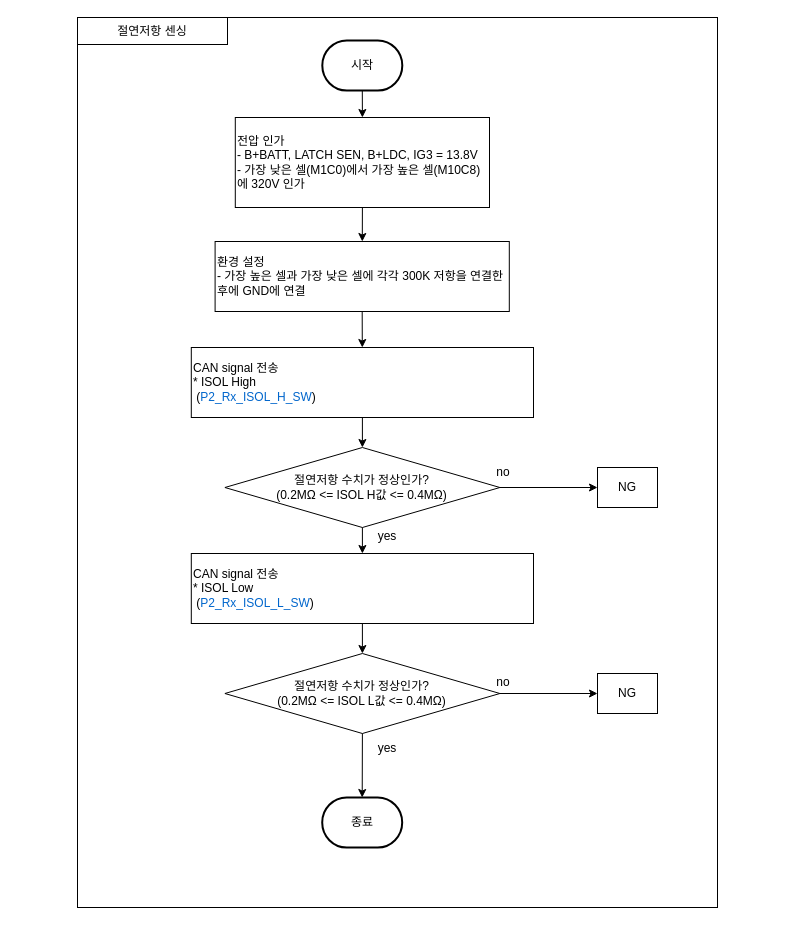
Above: 절연저항 센싱.drawio in chaeyoonl/state-transition-diagram-test (draw.io), before the change. Source tidied: cells renumbered, new cells numbered last; positions are measured from the earlier drawing's top-left corner, leaving out a move shared by most shapes. Both pictures are drawn from the tidied source at 100%, with x=0, y=0 at pixel (77, 17).
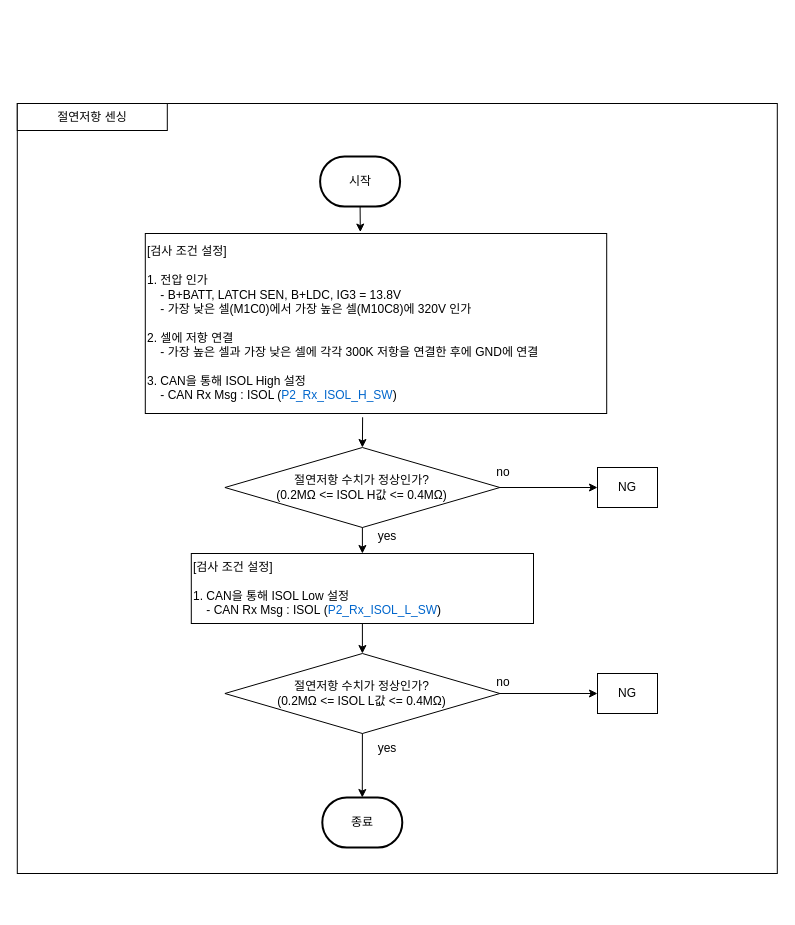
After the change.

Commit message:
절연저항 센싱.drawio 업데이트

The change refers to these unchanged cells:
```xml
<mxCell id="10" value="절연저항 수치가 정상인가?&lt;br&gt;(0.2MΩ &amp;lt;= ISOL H값 &amp;lt;= 0.4MΩ)" style="rhombus;whiteSpace=wrap;html=1;" parent="1" vertex="1">
  <mxGeometry x="147.4" y="430" width="275" height="80" as="geometry" />
</mxCell>
```

The edit, as a diff of the source:
```diff
@@
     <mxCell id="2" style="rounded=0;whiteSpace=wrap;html=1;align=left;" parent="1" vertex="1">
-      <mxGeometry width="640" height="890" as="geometry" />
+      <mxGeometry x="-60.2" y="86" width="760" height="770" as="geometry" />
     </mxCell>
     <mxCell id="3" value="시작" style="strokeWidth=2;html=1;shape=mxgraph.flowchart.terminator;whiteSpace=wrap;" parent="1" vertex="1">
-      <mxGeometry x="244.8" y="23" width="80" height="50" as="geometry" />
+      <mxGeometry x="242.6" y="139" width="80" height="50" as="geometry" />
     </mxCell>
-    <mxCell id="4" value="전압 인가&lt;br&gt;- B+BATT, LATCH SEN, B+LDC, IG3 = 13.8V&lt;br&gt;- 가장 낮은 셀(M1C0)에서 가장 높은 셀(M10C8)에 320V 인가" style="rounded=0;whiteSpace=wrap;html=1;align=left;" parent="1" vertex="1">
-      <mxGeometry x="157.8" y="100" width="254.2" height="90" as="geometry" />
+    <mxCell id="4" value="[검사 조건 설정]&lt;br&gt;&lt;br&gt;1. 전압 인가&lt;br&gt;&amp;nbsp; &amp;nbsp; - B+BATT, LATCH SEN, B+LDC, IG3 = 13.8V&lt;br&gt;&amp;nbsp; &amp;nbsp; - 가장 낮은 셀(M1C0)에서 가장 높은 셀(M10C8)에 320V 인가&lt;br&gt;&lt;br&gt;2. 셀에 저항 연결&lt;br&gt;&amp;nbsp; &amp;nbsp; - 가장 높은 셀과 가장 낮은 셀에 각각 300K 저항을 연결한 후에 GND에 연결&lt;br&gt;&lt;br&gt;3. CAN을 통해 ISOL High 설정&lt;br style=&quot;border-color: var(--border-color);&quot;&gt;&amp;nbsp; &amp;nbsp; - CAN Rx Msg :&amp;nbsp;ISOL (&lt;font style=&quot;border-color: var(--border-color);&quot; color=&quot;#0066cc&quot;&gt;P2_Rx_ISOL_H_SW&lt;/font&gt;)" style="rounded=0;whiteSpace=wrap;html=1;align=left;" parent="1" vertex="1">
+      <mxGeometry x="67.8" y="216" width="461.4" height="180" as="geometry" />
     </mxCell>
-    <mxCell id="5" style="endArrow=classic;html=1;rounded=0;exitX=0.5;exitY=1;exitDx=0;exitDy=0;exitPerimeter=0;entryX=0.5;entryY=0;entryDx=0;entryDy=0;" parent="1" edge="1" source="3" target="4">
+    <mxCell id="5" style="endArrow=classic;html=1;rounded=0;exitX=0.5;exitY=1;exitDx=0;exitDy=0;exitPerimeter=0;entryX=0.466;entryY=-0.008;entryDx=0;entryDy=0;entryPerimeter=0;" parent="1" edge="1" source="3" target="4">
       <mxGeometry relative="1" as="geometry" />
     </mxCell>
-    <mxCell id="6" value="환경 설정&lt;br&gt;- 가장 높은 셀과 가장 낮은 셀에 각각 300K 저항을 연결한 후에 GND에 연결" style="rounded=0;whiteSpace=wrap;html=1;align=left;" parent="1" vertex="1">
-      <mxGeometry x="137.6" y="224" width="294.2" height="70" as="geometry" />
-    </mxCell>
-    <mxCell id="7" style="endArrow=classic;html=1;rounded=0;exitX=0.5;exitY=1;exitDx=0;exitDy=0;" parent="1" edge="1" source="4" target="6">
-      <mxGeometry relative="1" as="geometry" />
-    </mxCell>
-    <mxCell id="8" value="CAN&amp;nbsp;signal 전송&lt;br&gt;* ISOL High&lt;br&gt;&amp;nbsp;(&lt;font color=&quot;#0066cc&quot;&gt;P2_Rx_ISOL_H_SW&lt;/font&gt;)" style="rounded=0;whiteSpace=wrap;html=1;align=left;" parent="1" vertex="1">
-      <mxGeometry x="113.8" y="330" width="342.2" height="70" as="geometry" />
-    </mxCell>
-    <mxCell id="9" style="endArrow=classic;html=1;rounded=0;exitX=0.5;exitY=1;exitDx=0;exitDy=0;" parent="1" edge="1" source="6" target="8">
-      <mxGeometry relative="1" as="geometry" />
-    </mxCell>
@@
-    <mxCell id="11" value="CAN signal 전송&lt;br&gt;* ISOL Low&lt;br style=&quot;border-color: var(--border-color);&quot;&gt;&amp;nbsp;(&lt;font color=&quot;#0066cc&quot;&gt;P2_Rx_ISOL_L_SW&lt;/font&gt;)" style="rounded=0;whiteSpace=wrap;html=1;align=left;" parent="1" vertex="1">
+    <mxCell id="11" value="[검사 조건 설정]&lt;br&gt;&lt;br&gt;1. CAN을 통해 ISOL Low 설정&lt;br&gt;&amp;nbsp; &amp;nbsp; - CAN Rx Msg :&amp;nbsp;ISOL&amp;nbsp;(&lt;font color=&quot;#0066cc&quot;&gt;P2_Rx_ISOL_L_SW&lt;/font&gt;)" style="rounded=0;whiteSpace=wrap;html=1;align=left;" parent="1" vertex="1">
       <mxGeometry x="113.8" y="536" width="342.2" height="70" as="geometry" />
     </mxCell>
@@
-    <mxCell id="13" style="endArrow=classic;html=1;rounded=0;exitX=0.5;exitY=1;exitDx=0;exitDy=0;entryX=0.5;entryY=0;entryDx=0;entryDy=0;" parent="1" edge="1" source="8" target="10">
+    <mxCell id="13" style="endArrow=classic;html=1;rounded=0;exitX=0.471;exitY=1.021;exitDx=0;exitDy=0;entryX=0.5;entryY=0;entryDx=0;entryDy=0;exitPerimeter=0;" parent="1" edge="1" source="4" target="10">
       <mxGeometry relative="1" as="geometry" />
     </mxCell>
@@
     <mxCell id="16" value="yes" style="text;html=1;strokeColor=none;fillColor=none;align=center;verticalAlign=middle;whiteSpace=wrap;rounded=0;" parent="1" vertex="1">
-      <mxGeometry x="280" y="716" width="60" height="30" as="geometry" />
+      <mxGeometry x="280.1" y="716" width="60" height="30" as="geometry" />
     </mxCell>
     <mxCell id="17" value="종료" style="strokeWidth=2;html=1;shape=mxgraph.flowchart.terminator;whiteSpace=wrap;" parent="1" vertex="1">
-      <mxGeometry x="244.7" y="780" width="80" height="50" as="geometry" />
+      <mxGeometry x="244.8" y="780" width="80" height="50" as="geometry" />
     </mxCell>
@@
     <mxCell id="23" value="yes" style="text;html=1;strokeColor=none;fillColor=none;align=center;verticalAlign=middle;whiteSpace=wrap;rounded=0;" parent="1" vertex="1">
-      <mxGeometry x="280" y="504" width="60" height="30" as="geometry" />
+      <mxGeometry x="280.1" y="504" width="60" height="30" as="geometry" />
     </mxCell>
     <mxCell id="24" value="no" style="text;html=1;strokeColor=none;fillColor=none;align=center;verticalAlign=middle;whiteSpace=wrap;rounded=0;" parent="1" vertex="1">
-      <mxGeometry x="396" y="440" width="60" height="30" as="geometry" />
+      <mxGeometry x="396.1" y="440" width="60" height="30" as="geometry" />
     </mxCell>
     <mxCell id="25" value="no" style="text;html=1;strokeColor=none;fillColor=none;align=center;verticalAlign=middle;whiteSpace=wrap;rounded=0;" parent="1" vertex="1">
-      <mxGeometry x="396" y="650" width="60" height="30" as="geometry" />
+      <mxGeometry x="396.1" y="650" width="60" height="30" as="geometry" />
     </mxCell>
     <mxCell id="26" value="절연저항 센싱" style="rounded=0;whiteSpace=wrap;html=1;align=center;" parent="1" vertex="1">
-      <mxGeometry width="150" height="27" as="geometry" />
+      <mxGeometry x="-60.2" y="86" width="150" height="27" as="geometry" />
     </mxCell>
```
